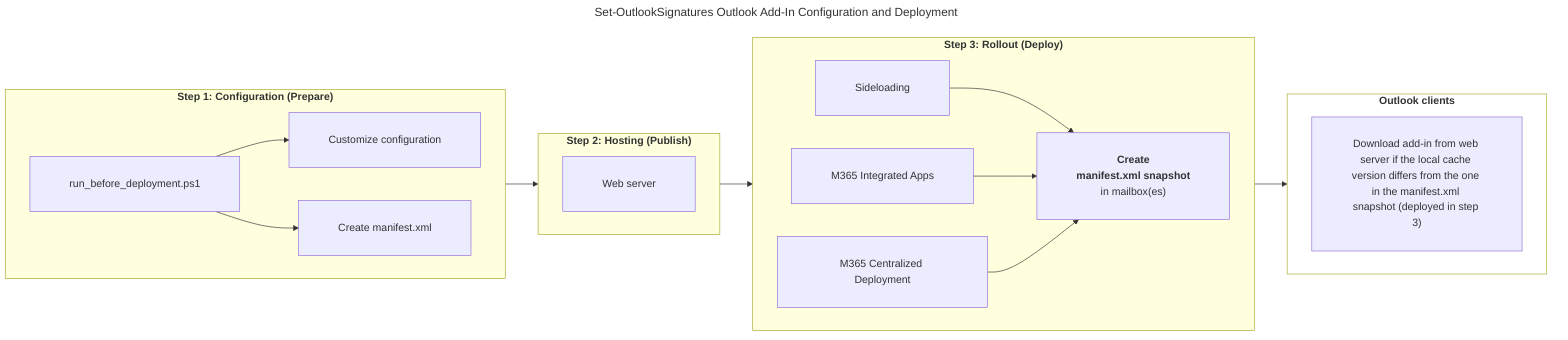
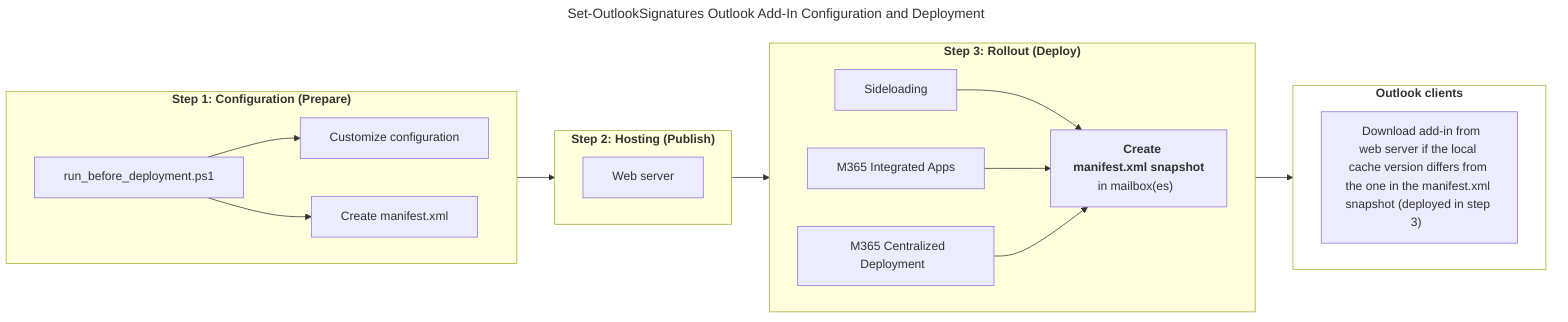
---
title: Set-OutlookSignatures Outlook Add-In Configuration and Deployment
config:
  layout: dagre
-   flowchart:
-     padding: 30
---
flowchart LR
  classDef nofill fill:none;

-   subgraph S1 ["<b>Step 1: Configuration (Prepare)</b>"]
+   subgraph S1 ["&nbsp;&nbsp;<b>Step 1: Configuration (Prepare)</b>&nbsp;&nbsp;"]
    direction LR

-     script["run_before_deployment.ps1"]
-     files["Customize configuration"]
-     manifest["Create manifest.xml"]
+     script["&nbsp;&nbsp;run_before_deployment.ps1&nbsp;&nbsp;"]
+     files["&nbsp;&nbsp;Customize configuration&nbsp;&nbsp;"]
+     manifest["&nbsp;&nbsp;Create manifest.xml&nbsp;&nbsp;"]

    script --> files
    script --> manifest
  end

-   subgraph S2 ["<b>Step 2: Hosting (Publish)</b>"]
+   subgraph S2 ["&nbsp;&nbsp;<b>Step 2: Hosting (Publish)</b>&nbsp;&nbsp;"]
    direction LR

-     server["Web server"]
+     server["&nbsp;&nbsp;Web server&nbsp;&nbsp;"]
  end

-   subgraph S3 ["<b>Step 3: Rollout (Deploy)</b>"]
+   subgraph S3 ["&nbsp;&nbsp;<b>Step 3: Rollout (Deploy)</b>&nbsp;&nbsp;"]
    direction LR

-     side["Sideloading"]
-     int["M365 Integrated Apps"]
-     cent["M365 Centralized Deployment"]
-     mbox["<b>Create<br/>manifest.xml snapshot</b><br/>in mailbox(es)"]:::snapshot
+     side["&nbsp;&nbsp;Sideloading&nbsp;&nbsp;"]
+     int["&nbsp;&nbsp;M365 Integrated Apps&nbsp;&nbsp;"]
+     cent["&nbsp;&nbsp;M365 Centralized Deployment&nbsp;&nbsp;"]
+     mbox["&nbsp;&nbsp;<b>Create<br/>manifest.xml snapshot</b><br/>in mailbox(es)&nbsp;&nbsp;"]:::snapshot

    side & int & cent --> mbox
  end

-   subgraph Lifecycle ["<b>Outlook clients</b>"]
+   subgraph Lifecycle ["&nbsp;&nbsp;<b>Outlook clients</b>&nbsp;&nbsp;"]
    direction LR

-     cache["Download add-in from web server if the local cache version differs from the one in the manifest.xml snapshot (deployed in step 3)"]
+     cache["&nbsp;&nbsp;Download add-in from web server if the local cache version differs from the one in the manifest.xml snapshot (deployed in step 3)&nbsp;&nbsp;"]
  end

  S1 --> S2
  S2 --> S3
  S3 --> Lifecycle

  class Lifecycle nofill;
  class methods nofill;